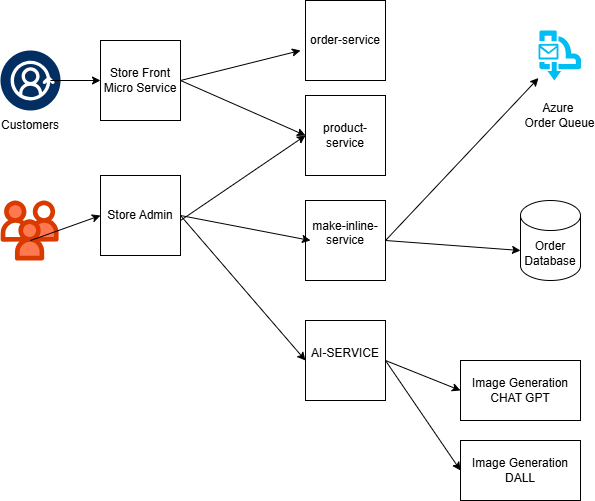
Above: assets/lab-assignment-2.png in msalmannaqvi/Lab-Project-Assignment-2-Building-a-Cloud-Native-App-for-Best-Buy (draw.io), before the change. Source tidied: cells renumbered, new cells last; positions are measured from the earlier drawing's top-left corner, leaving out a move shared by most shapes. The source it was exported from:
```xml
<mxGraphModel>
  <root>
    <mxCell id="0" />
    <mxCell id="1" parent="0" />
    <mxCell id="2" style="verticalLabelPosition=bottom;html=1;shape=mxgraph.salesforce.customer_3602;" parent="1" vertex="1">
      <mxGeometry y="50" width="60" height="60" as="geometry" />
    </mxCell>
    <mxCell id="3" value="Customers" style="text;html=1;align=center;verticalAlign=middle;whiteSpace=wrap;rounded=0;" parent="1" vertex="1">
      <mxGeometry y="110" width="60" height="30" as="geometry" />
    </mxCell>
    <mxCell id="4" style="whiteSpace=wrap;html=1;" parent="1" vertex="1">
      <mxGeometry x="100" y="40" width="80" height="80" as="geometry" />
    </mxCell>
    <mxCell id="5" value="Store Front Micro Service" style="text;html=1;strokeColor=none;fillColor=none;align=center;verticalAlign=middle;whiteSpace=wrap;rounded=0;" parent="1" vertex="1">
      <mxGeometry x="100" y="65" width="80" height="30" as="geometry" />
    </mxCell>
    <mxCell id="6" value="order-service" style="whiteSpace=wrap;html=1;" parent="1" vertex="1">
      <mxGeometry x="305" width="80" height="80" as="geometry" />
    </mxCell>
    <mxCell id="7" value="product-service" style="whiteSpace=wrap;html=1;" parent="1" vertex="1">
      <mxGeometry x="305" y="95" width="80" height="80" as="geometry" />
    </mxCell>
    <mxCell id="8" value="make-inline-service&lt;div&gt;&lt;br&gt;&lt;/div&gt;" style="whiteSpace=wrap;html=1;" parent="1" vertex="1">
      <mxGeometry x="305" y="200" width="80" height="80" as="geometry" />
    </mxCell>
    <mxCell id="9" value="AI-SERVICE&lt;div&gt;&lt;br&gt;&lt;/div&gt;" style="whiteSpace=wrap;html=1;" parent="1" vertex="1">
      <mxGeometry x="305" y="320" width="80" height="80" as="geometry" />
    </mxCell>
    <mxCell id="10" value="Image Generation CHAT GPT" style="rounded=0;whiteSpace=wrap;html=1;" parent="1" vertex="1">
      <mxGeometry x="460" y="360" width="120" height="60" as="geometry" />
    </mxCell>
    <mxCell id="11" value="Image Generation DALL" style="rounded=0;whiteSpace=wrap;html=1;" parent="1" vertex="1">
      <mxGeometry x="460" y="440" width="120" height="60" as="geometry" />
    </mxCell>
    <mxCell id="12" style="endArrow=classic;html=1;rounded=0;" parent="1" edge="1">
      <mxGeometry relative="1" as="geometry">
        <mxPoint x="180" y="80" as="sourcePoint" />
        <mxPoint x="300" y="50" as="targetPoint" />
      </mxGeometry>
    </mxCell>
    <mxCell id="13" style="endArrow=classic;html=1;rounded=0;entryX=0;entryY=0.5;entryDx=0;entryDy=0;" parent="1" edge="1" target="4">
      <mxGeometry relative="1" as="geometry">
        <mxPoint x="50" y="80" as="sourcePoint" />
      </mxGeometry>
    </mxCell>
    <mxCell id="14" value="Store Admin" style="whiteSpace=wrap;html=1;" parent="1" vertex="1">
      <mxGeometry x="100" y="175" width="80" height="80" as="geometry" />
    </mxCell>
    <mxCell id="15" style="verticalLabelPosition=bottom;html=1;shape=mxgraph.salesforce.employees;" parent="1" vertex="1">
      <mxGeometry y="200" width="58.2" height="60" as="geometry" />
    </mxCell>
    <mxCell id="16" style="endArrow=classic;html=1;rounded=0;entryX=0;entryY=0.5;entryDx=0;entryDy=0;" parent="1" edge="1" target="14">
      <mxGeometry relative="1" as="geometry">
        <mxPoint x="30" y="240" as="sourcePoint" />
      </mxGeometry>
    </mxCell>
    <mxCell id="17" style="endArrow=classic;html=1;rounded=0;entryX=0;entryY=0.5;entryDx=0;entryDy=0;" parent="1" edge="1" target="7">
      <mxGeometry relative="1" as="geometry">
        <mxPoint x="180" y="80" as="sourcePoint" />
      </mxGeometry>
    </mxCell>
    <mxCell id="18" style="endArrow=classic;html=1;rounded=0;entryX=0;entryY=0.5;entryDx=0;entryDy=0;" parent="1" edge="1" target="7">
      <mxGeometry relative="1" as="geometry">
        <mxPoint x="180" y="220" as="sourcePoint" />
      </mxGeometry>
    </mxCell>
    <mxCell id="19" style="endArrow=classic;html=1;rounded=0;exitX=1;exitY=0.5;exitDx=0;exitDy=0;" parent="1" edge="1" source="14">
      <mxGeometry relative="1" as="geometry">
        <mxPoint x="310" y="240" as="targetPoint" />
      </mxGeometry>
    </mxCell>
    <mxCell id="20" style="endArrow=classic;html=1;rounded=0;exitX=1;exitY=0.5;exitDx=0;exitDy=0;" parent="1" edge="1" source="14">
      <mxGeometry relative="1" as="geometry">
        <mxPoint x="305" y="360" as="targetPoint" />
      </mxGeometry>
    </mxCell>
    <mxCell id="21" style="endArrow=classic;html=1;rounded=0;entryX=0;entryY=0.5;entryDx=0;entryDy=0;" parent="1" edge="1" target="10">
      <mxGeometry relative="1" as="geometry">
        <mxPoint x="385" y="360" as="sourcePoint" />
      </mxGeometry>
    </mxCell>
    <mxCell id="22" style="endArrow=classic;html=1;rounded=0;exitX=1;exitY=0.5;exitDx=0;exitDy=0;" parent="1" edge="1" source="9">
      <mxGeometry relative="1" as="geometry">
        <mxPoint x="460" y="470" as="targetPoint" />
      </mxGeometry>
    </mxCell>
    <mxCell id="23" value="Order&lt;div&gt;Database&lt;/div&gt;" style="shape=cylinder3;whiteSpace=wrap;html=1;boundedLbl=1;backgroundOutline=1;size=15;" parent="1" vertex="1">
      <mxGeometry x="520" y="200" width="60" height="80" as="geometry" />
    </mxCell>
    <mxCell id="24" value="&lt;div&gt;&lt;br&gt;&lt;/div&gt;Azure&amp;nbsp;&lt;div&gt;Order Queue&lt;/div&gt;" style="verticalLabelPosition=bottom;html=1;verticalAlign=top;align=center;strokeColor=none;fillColor=#00BEF2;shape=mxgraph.azure.service_bus_queues;" parent="1" vertex="1">
      <mxGeometry x="538" y="30" width="42.5" height="50" as="geometry" />
    </mxCell>
    <mxCell id="25" style="endArrow=classic;html=1;rounded=0;exitX=1;exitY=0.5;exitDx=0;exitDy=0;" parent="1" edge="1" source="8">
      <mxGeometry relative="1" as="geometry">
        <mxPoint x="520" y="250" as="targetPoint" />
      </mxGeometry>
    </mxCell>
    <mxCell id="26" style="endArrow=classic;html=1;rounded=0;" parent="1" edge="1" target="24">
      <mxGeometry relative="1" as="geometry">
        <mxPoint x="385" y="240" as="sourcePoint" />
      </mxGeometry>
    </mxCell>
  </root>
</mxGraphModel>
```
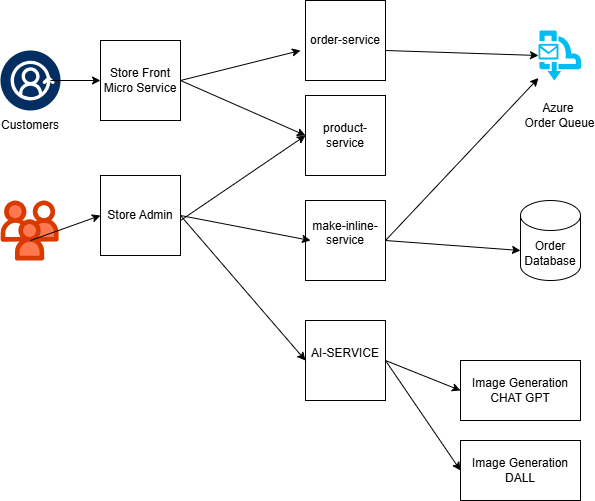
After the change.

Change to the diagram source:
```diff
@@ -100,5 +100,10 @@
         <mxPoint x="385" y="240" as="sourcePoint" />
       </mxGeometry>
     </mxCell>
+    <mxCell id="27" style="endArrow=classic;html=1;rounded=0;entryX=0;entryY=0.5;entryDx=0;entryDy=0;entryPerimeter=0;" parent="1" edge="1" target="24">
+      <mxGeometry relative="1" as="geometry">
+        <mxPoint x="385" y="50" as="sourcePoint" />
+      </mxGeometry>
+    </mxCell>
   </root>
 </mxGraphModel>
```
